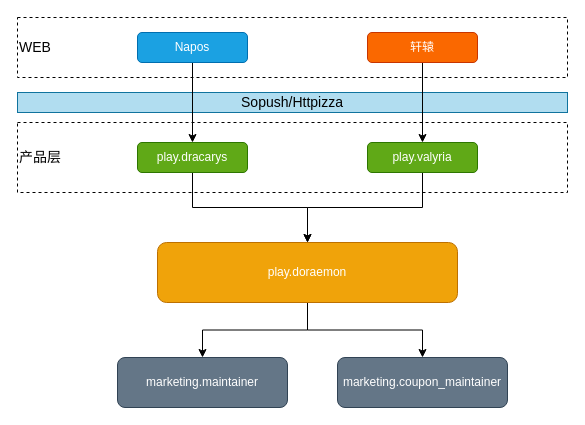
Earlier version of the draw.io diagram page "集成架构" (2 of 3) of 智能满减.drawio (jon-kong/draw.io). Source tidied: cells renumbered, new cells numbered last; positions are measured from the earlier drawing's top-left corner, leaving out a move shared by most shapes. Both pictures are drawn from the tidied source at 100%, with x=0, y=0 at pixel (17, 17).
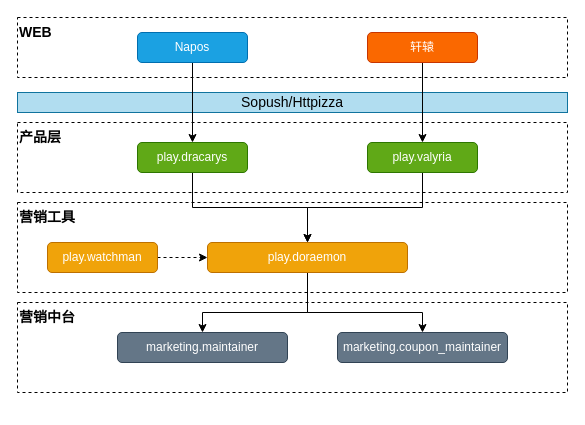
Above is the later version.

Change to the diagram source:
```diff
@@
+    <mxCell id="18" value="营销中台" style="rounded=0;whiteSpace=wrap;html=1;strokeWidth=1;fontSize=14;fontColor=#000000;align=left;dashed=1;verticalAlign=top;fontStyle=1;" parent="1" vertex="1">
+      <mxGeometry y="285" width="550" height="90" as="geometry" />
+    </mxCell>
+    <mxCell id="19" value="营销工具" style="rounded=0;whiteSpace=wrap;html=1;strokeWidth=1;fontSize=14;fontColor=#000000;align=left;dashed=1;verticalAlign=top;fontStyle=1;" parent="1" vertex="1">
+      <mxGeometry y="185" width="550" height="90" as="geometry" />
+    </mxCell>
-    <mxCell id="2" value="产品层" style="rounded=0;whiteSpace=wrap;html=1;strokeWidth=1;fontSize=14;fontColor=#000000;align=left;dashed=1;" parent="1" vertex="1">
+    <mxCell id="2" value="产品层" style="rounded=0;whiteSpace=wrap;html=1;strokeWidth=1;fontSize=14;fontColor=#000000;align=left;dashed=1;verticalAlign=top;fontStyle=1;" parent="1" vertex="1">
       <mxGeometry y="105" width="550" height="70" as="geometry" />
     </mxCell>
@@
-    <mxCell id="4" value="WEB" style="rounded=0;whiteSpace=wrap;html=1;strokeWidth=1;fontSize=14;fontColor=#000000;align=left;dashed=1;" parent="1" vertex="1">
+    <mxCell id="4" value="WEB" style="rounded=0;whiteSpace=wrap;html=1;strokeWidth=1;fontSize=14;fontColor=#000000;align=left;dashed=1;verticalAlign=top;fontStyle=1;" parent="1" vertex="1">
       <mxGeometry width="550" height="60" as="geometry" />
     </mxCell>
@@
     <mxCell id="13" style="edgeStyle=orthogonalEdgeStyle;rounded=0;jettySize=auto;html=1;exitX=0.5;exitY=1;exitDx=0;exitDy=0;entryX=0.5;entryY=0;entryDx=0;entryDy=0;fontSize=14;fontColor=#000000;" parent="1" edge="1" source="15" target="16">
-      <mxGeometry relative="1" as="geometry" />
+      <mxGeometry relative="1" as="geometry">
+        <Array as="points">
+          <mxPoint x="290" y="295" />
+          <mxPoint x="185" y="295" />
+        </Array>
+      </mxGeometry>
     </mxCell>
     <mxCell id="14" style="edgeStyle=orthogonalEdgeStyle;rounded=0;jettySize=auto;html=1;exitX=0.5;exitY=1;exitDx=0;exitDy=0;fontSize=14;fontColor=#000000;" parent="1" edge="1" source="15" target="17">
-      <mxGeometry relative="1" as="geometry" />
+      <mxGeometry relative="1" as="geometry">
+        <Array as="points">
+          <mxPoint x="290" y="295" />
+          <mxPoint x="405" y="295" />
+        </Array>
+      </mxGeometry>
     </mxCell>
     <mxCell id="15" value="play.doraemon" style="rounded=1;whiteSpace=wrap;html=1;strokeWidth=1;fillColor=#f0a30a;strokeColor=#BD7000;fontColor=#ffffff;" parent="1" vertex="1">
-      <mxGeometry x="140" y="225" width="300" height="60" as="geometry" />
+      <mxGeometry x="190" y="225" width="200" height="30" as="geometry" />
     </mxCell>
     <mxCell id="16" value="marketing.&lt;span style=&quot;text-align: left&quot;&gt;maintainer&lt;/span&gt;" style="rounded=1;whiteSpace=wrap;html=1;strokeWidth=1;fillColor=#647687;strokeColor=#314354;fontColor=#ffffff;" parent="1" vertex="1">
-      <mxGeometry x="100" y="340" width="170" height="50" as="geometry" />
+      <mxGeometry x="100" y="315" width="170" height="30" as="geometry" />
     </mxCell>
     <mxCell id="17" value="&lt;span class=&quot;emonitor-chart-legend-alias&quot; style=&quot;box-sizing: border-box ; padding: 0px 5px ; display: table-cell ; text-align: left&quot;&gt;marketing.coupon_maintainer&lt;br&gt;&lt;/span&gt;" style="rounded=1;whiteSpace=wrap;html=1;strokeWidth=1;fontStyle=0;fillColor=#647687;strokeColor=#314354;fontColor=#ffffff;" parent="1" vertex="1">
-      <mxGeometry x="320" y="340" width="170" height="50" as="geometry" />
+      <mxGeometry x="320" y="315" width="170" height="30" as="geometry" />
     </mxCell>
+    <mxCell id="20" style="edgeStyle=orthogonalEdgeStyle;rounded=0;jettySize=auto;html=1;exitX=1;exitY=0.5;exitDx=0;exitDy=0;dashed=1;fontSize=14;fontColor=#000000;" parent="1" edge="1" source="21" target="15">
+      <mxGeometry relative="1" as="geometry" />
+    </mxCell>
+    <mxCell id="21" value="play.watchman" style="rounded=1;whiteSpace=wrap;html=1;strokeWidth=1;fillColor=#f0a30a;strokeColor=#BD7000;fontColor=#ffffff;" parent="1" vertex="1">
+      <mxGeometry x="30" y="225" width="110" height="30" as="geometry" />
+    </mxCell>
```
